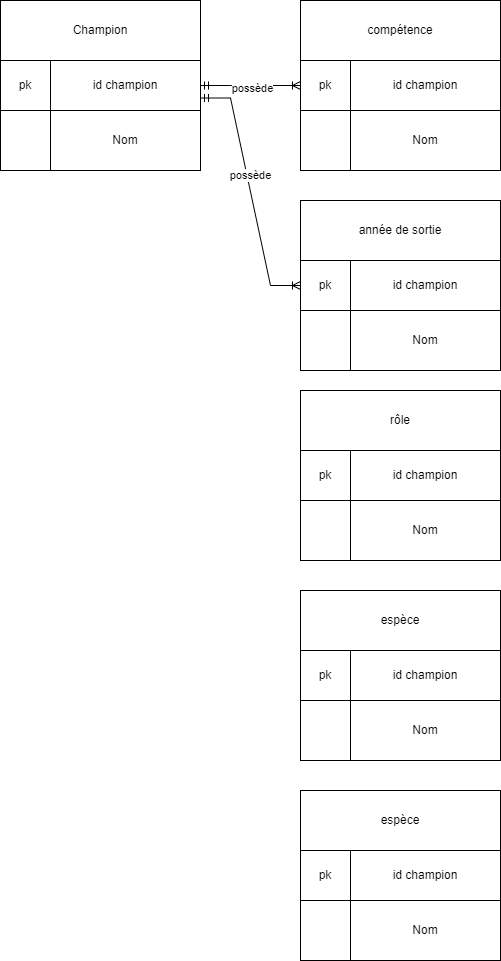
This is Diagramme sans nom.drawio.png from jules6920000/BTS2-CIEL-IR-MCD-2024-2025, a draw.io export, as it was before one commit. Source tidied: cells renumbered, new cells last; positions are measured from the earlier drawing's top-left corner, leaving out a move shared by most shapes.
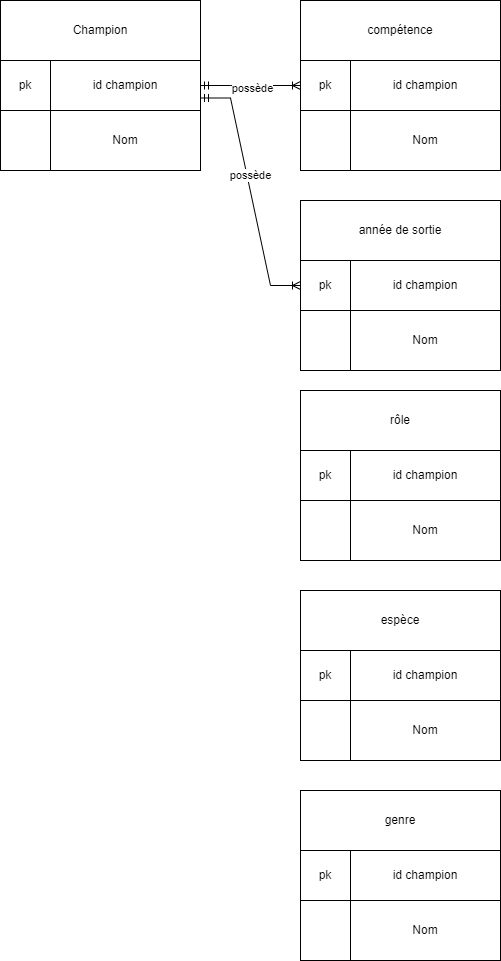
The same diagram one commit later.

Commit message:
Mettre à jour Diagramme.drawio.png

Diff of the diagram source:
```diff
@@ -99,7 +99,7 @@
     <mxCell id="31" style="rounded=0;whiteSpace=wrap;html=1;" parent="1" vertex="1">
       <mxGeometry x="300" y="790" width="200" height="170" as="geometry" />
     </mxCell>
-    <mxCell id="32" value="espèce" style="rounded=0;whiteSpace=wrap;html=1;" parent="1" vertex="1">
+    <mxCell id="32" value="genre" style="rounded=0;whiteSpace=wrap;html=1;" parent="1" vertex="1">
       <mxGeometry x="300" y="790" width="200" height="60" as="geometry" />
     </mxCell>
     <mxCell id="33" value="id champion" style="rounded=0;whiteSpace=wrap;html=1;" parent="1" vertex="1">
```
